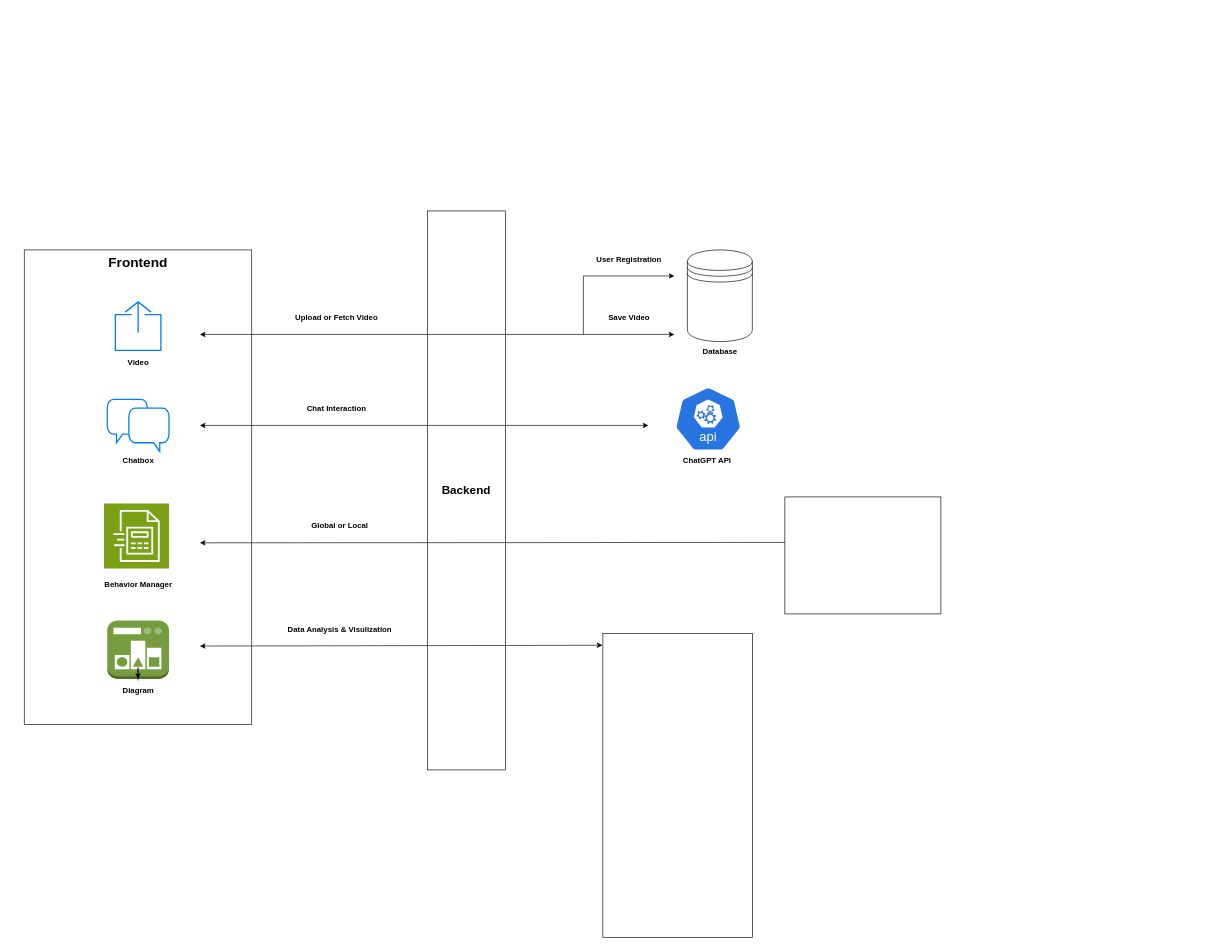
The draw.io diagram diagram/demo.drawio in chris-sooseok/Xlab, before the edit. Source tidied: cells renumbered, new cells numbered last; positions are measured from the earlier drawing's top-left corner, leaving out a move shared by most shapes. Both pictures are drawn from the tidied source at 65%, with x=0, y=0 at pixel (24, 211).
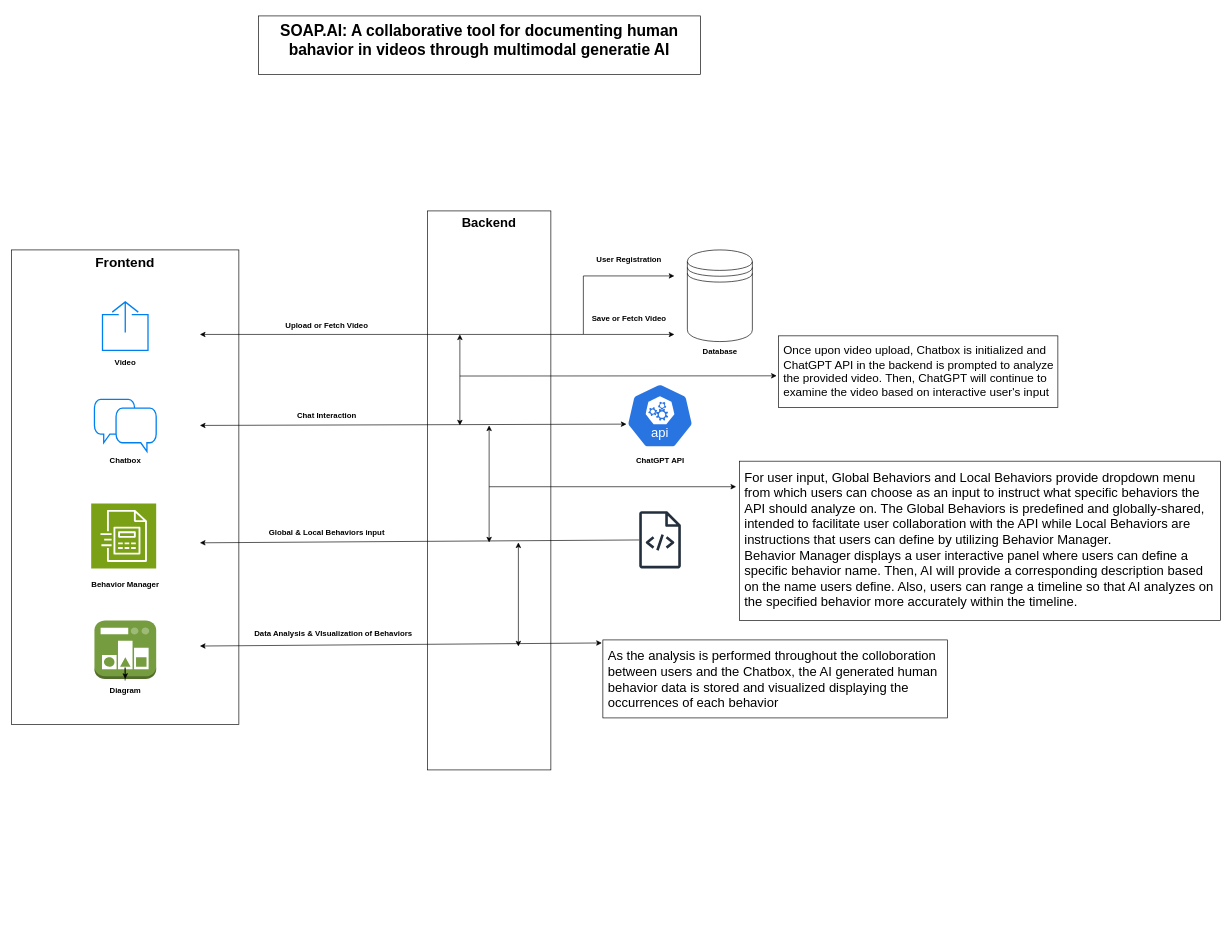
After the change.

Change to the diagram source:
```diff
@@
     <mxCell id="2" value="&lt;b style=&quot;&quot;&gt;&lt;font style=&quot;font-size: 21px;&quot;&gt;Frontend&lt;/font&gt;&lt;/b&gt;" style="rounded=0;whiteSpace=wrap;html=1;fontSize=15;verticalAlign=top;" parent="1" vertex="1">
-      <mxGeometry x="-0.2" y="60" width="350" height="730" as="geometry" />
+      <mxGeometry x="-20" y="60" width="350" height="730" as="geometry" />
     </mxCell>
-    <mxCell id="3" value="&lt;div&gt;&lt;b&gt;&lt;font style=&quot;font-size: 18px;&quot;&gt;Backend&lt;/font&gt;&lt;/b&gt;&lt;/div&gt;" style="rounded=0;whiteSpace=wrap;html=1;" parent="1" vertex="1">
-      <mxGeometry x="620" width="120" height="860" as="geometry" />
+    <mxCell id="3" value="&lt;div style=&quot;font-size: 20px;&quot;&gt;&lt;b style=&quot;font-size: 20px;&quot;&gt;&lt;font style=&quot;font-size: 20px;&quot;&gt;Backend&lt;/font&gt;&lt;/b&gt;&lt;/div&gt;" style="rounded=0;whiteSpace=wrap;html=1;verticalAlign=top;fontSize=20;" parent="1" vertex="1">
+      <mxGeometry x="620" width="190" height="860" as="geometry" />
     </mxCell>
@@
-    <mxCell id="6" value="Save Video" style="text;html=1;align=center;verticalAlign=middle;strokeColor=none;fillColor=none;fontStyle=1;" parent="1" vertex="1">
-      <mxGeometry x="890" y="150" width="80" height="30" as="geometry" />
+    <mxCell id="6" value="Save or Fetch Video" style="text;html=1;align=center;verticalAlign=middle;strokeColor=none;fillColor=none;fontStyle=1;" parent="1" vertex="1">
+      <mxGeometry x="865" y="151" width="130" height="30" as="geometry" />
     </mxCell>
     <mxCell id="7" value="Upload or Fetch Video" style="text;html=1;align=center;verticalAlign=middle;strokeColor=none;fillColor=none;fontStyle=1;fontSize=12;" parent="1" vertex="1">
-      <mxGeometry x="410" y="150" width="140" height="30" as="geometry" />
+      <mxGeometry x="395" y="162.2" width="140" height="30" as="geometry" />
     </mxCell>
     <mxCell id="8" style="html=1;verticalLabelPosition=bottom;align=center;labelBackgroundColor=#ffffff;verticalAlign=top;strokeWidth=2;strokeColor=#0080F0;shadow=0;dashed=0;shape=mxgraph.ios7.icons.chat;" parent="1" vertex="1">
-      <mxGeometry x="127.5" y="290" width="95" height="80" as="geometry" />
+      <mxGeometry x="107.8" y="290" width="95" height="80" as="geometry" />
     </mxCell>
     <mxCell id="9" value="Chat Interaction" style="text;html=1;align=center;verticalAlign=middle;strokeColor=none;fillColor=none;fontSize=12;fontStyle=1;" parent="1" vertex="1">
-      <mxGeometry x="425" y="290" width="110" height="30" as="geometry" />
+      <mxGeometry x="410" y="300" width="110" height="30" as="geometry" />
     </mxCell>
-    <mxCell id="10" value="Global or Local" style="text;html=1;align=center;verticalAlign=middle;strokeColor=none;fillColor=none;fontStyle=1;fontSize=12;" parent="1" vertex="1">
-      <mxGeometry x="435" y="470" width="100" height="30" as="geometry" />
+    <mxCell id="10" value="Global &amp;amp; Local Behaviors input" style="text;html=1;align=center;verticalAlign=middle;strokeColor=none;fillColor=none;fontStyle=1;fontSize=12;" parent="1" vertex="1">
+      <mxGeometry x="370" y="480" width="190" height="30" as="geometry" />
     </mxCell>
-    <mxCell id="11" value="Data Analysis &amp;amp; Visulization" style="text;html=1;align=center;verticalAlign=middle;strokeColor=none;fillColor=none;fontStyle=1;fontSize=12;" parent="1" vertex="1">
-      <mxGeometry x="400" y="630" width="170" height="30" as="geometry" />
+    <mxCell id="11" value="Data Analysis &amp;amp; VIsualization of Behaviors" style="text;html=1;align=center;verticalAlign=middle;strokeColor=none;fillColor=none;fontStyle=1;fontSize=12;spacing=7;" parent="1" vertex="1">
+      <mxGeometry x="345" y="630" width="260" height="40" as="geometry" />
     </mxCell>
     <mxCell id="12" style="sketch=0;html=1;dashed=0;whitespace=wrap;verticalLabelPosition=bottom;verticalAlign=top;fillColor=#2875E2;strokeColor=#ffffff;points=[[0.005,0.63,0],[0.1,0.2,0],[0.9,0.2,0],[0.5,0,0],[0.995,0.63,0],[0.72,0.99,0],[0.5,1,0],[0.28,0.99,0]];shape=mxgraph.kubernetes.icon2;kubernetesLabel=1;prIcon=api;" parent="1" vertex="1">
-      <mxGeometry x="1000" y="270" width="104.2" height="100" as="geometry" />
+      <mxGeometry x="925.8" y="265" width="104.2" height="100" as="geometry" />
     </mxCell>
     <mxCell id="13" value="ChatGPT API" style="text;html=1;align=center;verticalAlign=middle;strokeColor=none;fillColor=none;fontStyle=1;" parent="1" vertex="1">
-      <mxGeometry x="1000" y="370" width="100" height="30" as="geometry" />
+      <mxGeometry x="927.9" y="370" width="100" height="30" as="geometry" />
     </mxCell>
     <mxCell id="14" style="html=1;verticalLabelPosition=bottom;align=center;labelBackgroundColor=#ffffff;verticalAlign=top;strokeWidth=2;strokeColor=#0080F0;shadow=0;dashed=0;shape=mxgraph.ios7.icons.share;" parent="1" vertex="1">
-      <mxGeometry x="140" y="140" width="70" height="74.5" as="geometry" />
+      <mxGeometry x="120.2" y="140" width="70" height="74.5" as="geometry" />
     </mxCell>
-    <mxCell id="15" style="endArrow=classic;startArrow=classic;html=1;rounded=0;" parent="1" edge="1">
+    <mxCell id="15" style="endArrow=classic;startArrow=classic;html=1;rounded=0;entryX=0.005;entryY=0.63;entryDx=0;entryDy=0;entryPerimeter=0;" parent="1" edge="1" target="12">
       <mxGeometry relative="1" as="geometry">
         <mxPoint x="270" y="330" as="sourcePoint" />
-        <mxPoint x="960" y="330" as="targetPoint" />
       </mxGeometry>
     </mxCell>
@@
     <mxCell id="17" value="&lt;b&gt;Video&lt;/b&gt;" style="text;html=1;align=center;verticalAlign=middle;strokeColor=none;fillColor=none;" parent="1" vertex="1">
-      <mxGeometry x="145" y="219" width="60" height="30" as="geometry" />
+      <mxGeometry x="125.2" y="219" width="60" height="30" as="geometry" />
     </mxCell>
     <mxCell id="18" value="&lt;b&gt;Chatbox&lt;/b&gt;" style="text;html=1;align=center;verticalAlign=middle;strokeColor=none;fillColor=none;" parent="1" vertex="1">
-      <mxGeometry x="140" y="370" width="70" height="30" as="geometry" />
+      <mxGeometry x="120.2" y="370" width="70" height="30" as="geometry" />
     </mxCell>
     <mxCell id="19" style="outlineConnect=0;dashed=0;verticalLabelPosition=bottom;verticalAlign=top;align=center;html=1;shape=mxgraph.aws3.state_manager;fillColor=#759C3E;gradientColor=none;" parent="1" vertex="1">
-      <mxGeometry x="127.5" y="630" width="95" height="90" as="geometry" />
+      <mxGeometry x="107.8" y="630" width="95" height="90" as="geometry" />
     </mxCell>
     <mxCell id="20" style="sketch=0;fontColor=#232F3E;fillColor=#7AA116;strokeColor=#ffffff;dashed=0;verticalLabelPosition=bottom;verticalAlign=top;align=center;html=1;fontSize=12;fontStyle=0;shape=mxgraph.aws4.resourceIcon;resIcon=mxgraph.aws4.custom_billing_manager;" parent="1" vertex="1">
-      <mxGeometry x="122.5" y="450" width="100" height="100" as="geometry" />
+      <mxGeometry x="102.8" y="450" width="100" height="100" as="geometry" />
     </mxCell>
     <mxCell id="21" value="&lt;b&gt;Behavior Manager&lt;/b&gt;" style="text;html=1;align=center;verticalAlign=middle;strokeColor=none;fillColor=none;" parent="1" vertex="1">
-      <mxGeometry x="110" y="560" width="130" height="30" as="geometry" />
+      <mxGeometry x="90.2" y="560" width="130" height="30" as="geometry" />
     </mxCell>
@@
     <mxCell id="23" value="&lt;b&gt;Diagram&lt;/b&gt;" style="text;html=1;align=center;verticalAlign=middle;points=[];strokeColor=none;fillColor=none;" parent="1" vertex="1">
-      <mxGeometry x="139.8" y="722.5" width="70" height="30" as="geometry" />
+      <mxGeometry x="120" y="722.5" width="70" height="30" as="geometry" />
     </mxCell>
@@
-    <mxCell id="27" style="endArrow=classic;html=1;rounded=0;exitX=-0.019;exitY=0.436;exitDx=0;exitDy=0;exitPerimeter=0;" parent="1" edge="1">
+    <mxCell id="27" style="endArrow=classic;html=1;rounded=0;" parent="1" edge="1" source="37">
       <mxGeometry relative="1" as="geometry">
-        <mxPoint x="1195.4" y="510" as="sourcePoint" />
         <mxPoint x="270" y="510.6" as="targetPoint" />
       </mxGeometry>
     </mxCell>
-    <mxCell id="28" style="rounded=0;whiteSpace=wrap;html=1;" parent="1" vertex="1">
-      <mxGeometry x="1170" y="440" width="240" height="180" as="geometry" />
+    <mxCell id="28" value="&lt;div style=&quot;font-size: 20px;&quot;&gt;&lt;span style=&quot;background-color: initial; font-size: 20px;&quot;&gt;For user input, Global Behaviors and Local Behaviors provide dropdown menu from which users can choose as an input to instruct what specific behaviors the API should analyze on. The Global Behaviors is predefined and globally-shared, intended to facilitate user collaboration with the API while&amp;nbsp;&lt;/span&gt;&lt;span style=&quot;background-color: initial;&quot;&gt;Local Behaviors are instructions that users can define by utilizing Behavior Manager.&lt;/span&gt;&lt;/div&gt;Behavior Manager displays a user interactive panel where users can define a specific behavior name. Then, AI will provide a corresponding description based on the name users define. Also, users can range a timeline so that AI analyzes on the specified behavior more accurately within the timeline." style="rounded=0;whiteSpace=wrap;html=1;spacing=8;verticalAlign=top;fontSize=20;align=left;" parent="1" vertex="1">
+      <mxGeometry x="1100" y="385" width="740" height="245" as="geometry" />
     </mxCell>
-    <mxCell id="29" style="rounded=0;whiteSpace=wrap;html=1;" parent="1" vertex="1">
-      <mxGeometry x="890" y="650" width="230" height="467.5" as="geometry" />
+    <mxCell id="29" value="As the analysis is performed throughout the colloboration between users and the Chatbox, the AI generated human behavior data is stored and visualized displaying the occurrences of each behavior" style="rounded=0;whiteSpace=wrap;html=1;verticalAlign=top;align=left;spacing=8;fontSize=20;" parent="1" vertex="1">
+      <mxGeometry x="890" y="660" width="530" height="120" as="geometry" />
     </mxCell>
@@
+    <mxCell id="31" value="Once upon video upload, Chatbox is initialized and ChatGPT API in the backend&amp;nbsp;&lt;span style=&quot;background-color: initial; font-size: 18px;&quot;&gt;is prompted to analyze the provided video. Then, ChatGPT will continue to examine the video based on interactive user's input&lt;/span&gt;&lt;div style=&quot;font-size: 18px;&quot;&gt;&lt;div style=&quot;font-size: 18px;&quot;&gt;&lt;div style=&quot;font-size: 18px;&quot;&gt;&lt;div style=&quot;font-size: 18px;&quot;&gt;&lt;br style=&quot;font-size: 18px;&quot;&gt;&lt;/div&gt;&lt;/div&gt;&lt;/div&gt;&lt;/div&gt;" style="rounded=0;whiteSpace=wrap;html=1;align=left;verticalAlign=top;fontSize=18;spacing=8;" parent="1" vertex="1">
+      <mxGeometry x="1160" y="192.2" width="430" height="110" as="geometry" />
+    </mxCell>
+    <mxCell id="32" value="&lt;h1&gt;SOAP.AI: A collaborative tool for documenting human bahavior in videos through multimodal generatie AI&lt;/h1&gt;&lt;div&gt;&lt;br&gt;&lt;/div&gt;" style="rounded=0;whiteSpace=wrap;html=1;" parent="1" vertex="1">
+      <mxGeometry x="360" y="-300" width="680" height="90" as="geometry" />
+    </mxCell>
+    <mxCell id="33" style="endArrow=classic;startArrow=classic;html=1;rounded=0;" parent="1" edge="1">
+      <mxGeometry relative="1" as="geometry">
+        <mxPoint x="670" y="330" as="sourcePoint" />
+        <mxPoint x="670" y="190" as="targetPoint" />
+      </mxGeometry>
+    </mxCell>
+    <mxCell id="34" style="endArrow=classic;html=1;rounded=0;entryX=-0.006;entryY=0.559;entryDx=0;entryDy=0;entryPerimeter=0;" parent="1" edge="1" target="31">
+      <mxGeometry relative="1" as="geometry">
+        <mxPoint x="670" y="254" as="sourcePoint" />
+      </mxGeometry>
+    </mxCell>
+    <mxCell id="35" style="endArrow=classic;startArrow=classic;html=1;rounded=0;" parent="1" edge="1">
+      <mxGeometry relative="1" as="geometry">
+        <mxPoint x="715" y="510" as="sourcePoint" />
+        <mxPoint x="715" y="330" as="targetPoint" />
+      </mxGeometry>
+    </mxCell>
+    <mxCell id="36" style="endArrow=classic;html=1;rounded=0;" parent="1" edge="1">
+      <mxGeometry relative="1" as="geometry">
+        <mxPoint x="715" y="424.3" as="sourcePoint" />
+        <mxPoint x="1095" y="424.3" as="targetPoint" />
+      </mxGeometry>
+    </mxCell>
+    <mxCell id="37" style="sketch=0;outlineConnect=0;fontColor=#232F3E;gradientColor=none;fillColor=#232F3D;strokeColor=none;dashed=0;verticalLabelPosition=bottom;verticalAlign=top;align=center;html=1;fontSize=12;fontStyle=0;shape=mxgraph.aws4.source_code;" parent="1" vertex="1">
+      <mxGeometry x="945.8" y="462" width="64.3" height="88" as="geometry" />
+    </mxCell>
+    <mxCell id="38" style="endArrow=classic;startArrow=classic;html=1;rounded=0;" parent="1" edge="1">
+      <mxGeometry relative="1" as="geometry">
+        <mxPoint x="760" y="670" as="sourcePoint" />
+        <mxPoint x="760" y="510" as="targetPoint" />
+      </mxGeometry>
+    </mxCell>
```
